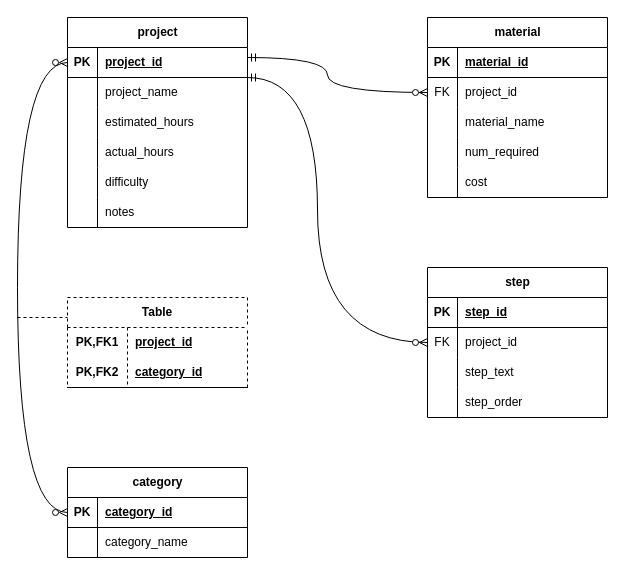
The draw.io diagram src/main/resources/projects ERD.drawio in amandabarylski/Java-mysql-projects, before the edit. Source tidied: cells renumbered, new cells numbered last; positions are measured from the earlier drawing's top-left corner, leaving out a move shared by most shapes. Both pictures are drawn from the tidied source at 100%, with x=0, y=0 at pixel (17, 17).
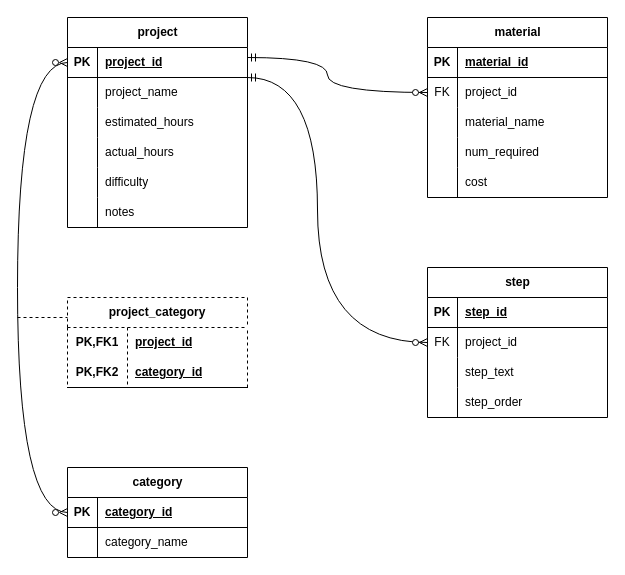
Above is the later version.

Commit message:
fixed typo in ERD

Diff of the diagram source:
```diff
@@
-    <mxCell id="57" value="Table" style="shape=table;startSize=30;childLayout=tableLayout;rowLines=0;fontStyle=1;align=center;html=1;whiteSpace=wrap;dashed=1;" parent="1" vertex="1">
+    <mxCell id="57" value="project_category" style="shape=table;startSize=30;childLayout=tableLayout;rowLines=0;fontStyle=1;align=center;html=1;whiteSpace=wrap;dashed=1;" parent="1" vertex="1">
       <mxGeometry x="50" y="280" width="180" height="90" as="geometry" />
     </mxCell>
```
